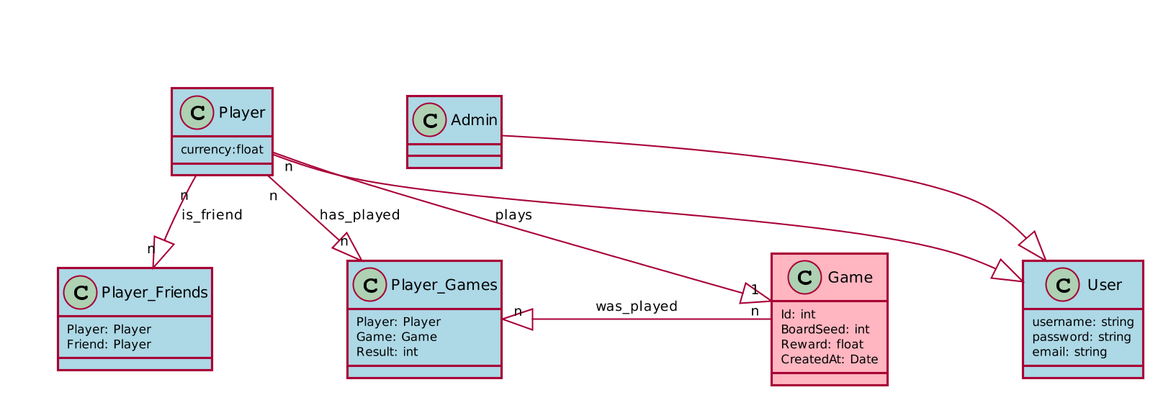
Above: assets/UML_DIAGRAM.png in UdL-EPS-SoftArch/webmemory-api (PlantUML), before the change. Source of this version:
```plantuml
@startuml
skinparam dpi 200
skinparam classAttributeFontSize 8
skinparam classArrowFontSize 9
skinparam classFontSize 10
skinparam nodesep 90
skinparam ranksep 40
hide stereotype

skinparam class {
   BackgroundColor White
   BackgroundColor<<Game>> LightPink
   BackgroundColor<<User>> LightBlue
   BackgroundColor<<Invitation>> LightYellow
}
skinparam shadowing false

skinparam package<<Layout>> {
borderColor Transparent
backgroundColor Transparent
fontColor Transparent
stereotypeFontColor Transparent
}

class User <<User>> {
  username: string
  password: string
  email: string
}

package Users <<Layout>>{
  class Player <<User>> {
     currency:float

  }

  class Admin <<User>> {

  }
}

class Game <<Game>> {
  Id: int
  BoardSeed: int
  Reward: float
  CreatedAt: Date

}

package Users <<Layout>> {
   class Player_Friends <<User>> {
       Player: Player
       Friend: Player
   }

   class Player_Games <<User>> {
       Player: Player
       Game: Game
       Result: int
   }
}

Player "n" --|> "1" Game : plays

Player " " --|> " " User

Admin " " --|> " " User

Player "n" --|> "n" Player_Friends : is_friend

Game "n" --|> "n" Player_Games : was_played

Player "n" --|> "n" Player_Games : has_played
@enduml
```
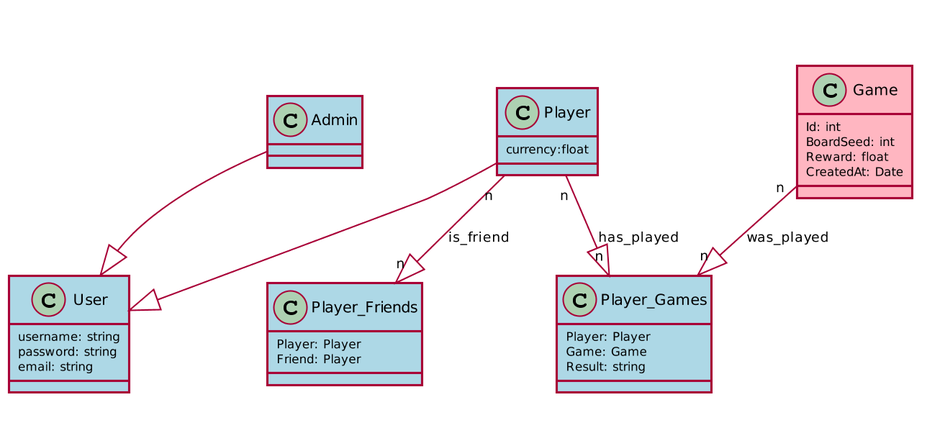
After the change.

Commit message:
Updated UML preview image

The edit, as a diff of the source:
```diff
@@ -56,11 +56,9 @@
    class Player_Games <<User>> {
        Player: Player
        Game: Game
-       Result: int
+       Result: string
    }
 }
-
-Player "n" --|> "1" Game : plays
 
 Player " " --|> " " User
 
```
